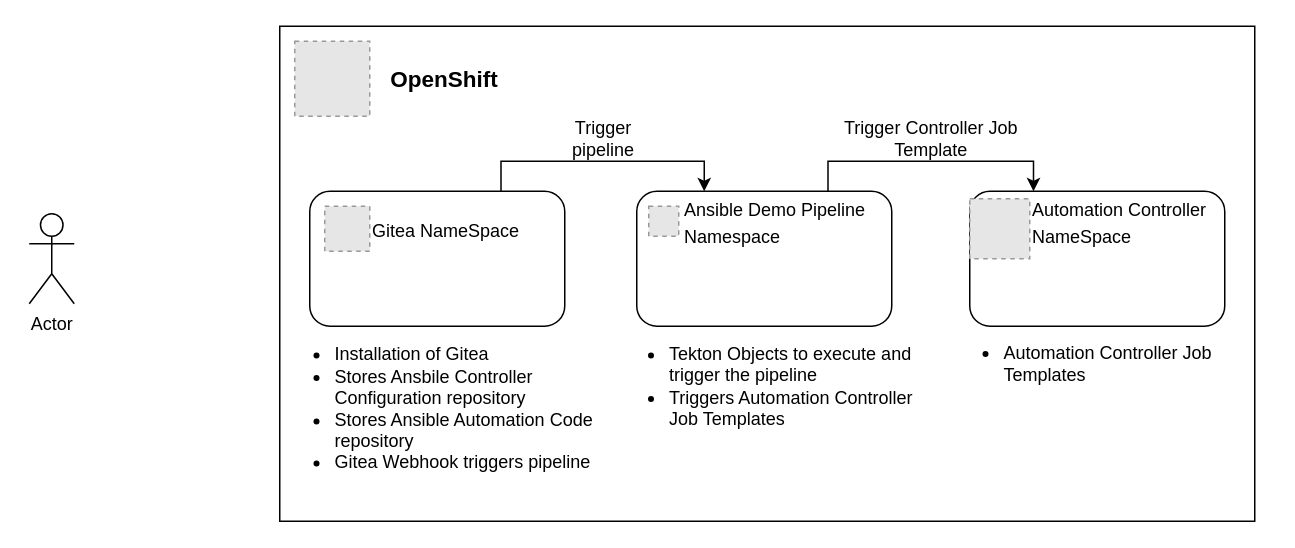
tosmi-ansible/ansible-pipeline-demo keeps this draw.io diagram as images/overview.drawio. Above is the earlier version. Source tidied: cells renumbered, new cells numbered last; positions are measured from the earlier drawing's top-left corner, leaving out a move shared by most shapes. Both pictures are drawn from the tidied source at 150%, with x=0, y=0 at pixel (28, 26). Pictures stored in the file or linked from it are replaced by grey dashed boxes.
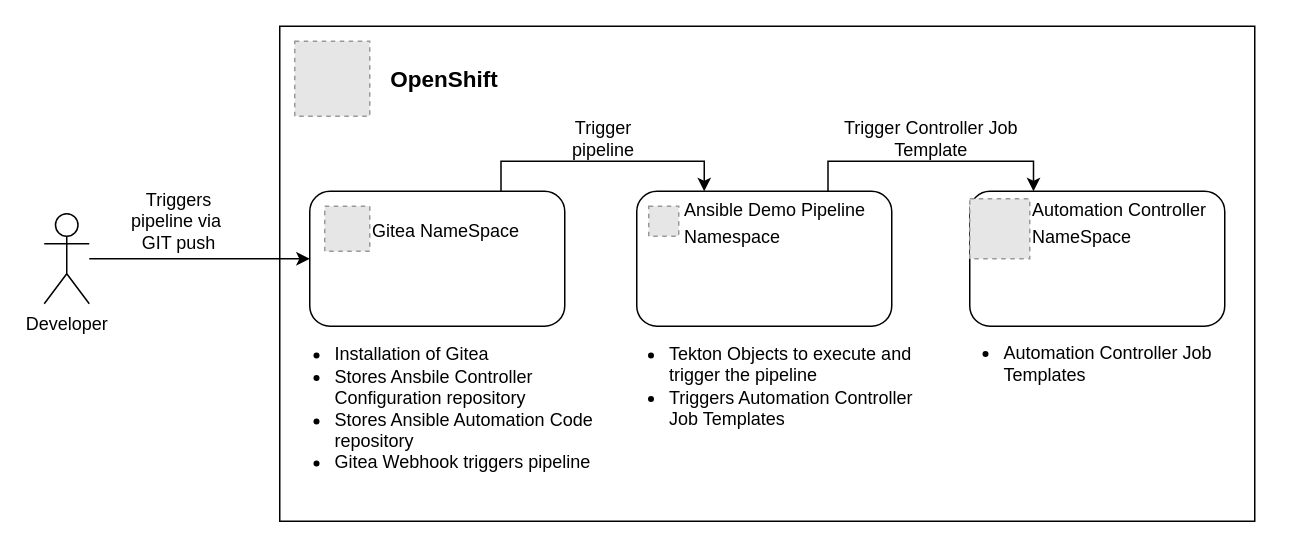
After the change.

The change refers to these unchanged cells:
```xml
<mxCell id="5" style="rounded=1;whiteSpace=wrap;html=1;fontSize=15;" parent="1" vertex="1">
  <mxGeometry x="187" y="110" width="170" height="90" as="geometry" />
</mxCell>
```

What changed in the source:
```diff
@@
+    <mxCell id="26" style="edgeStyle=orthogonalEdgeStyle;rounded=0;jettySize=auto;html=1;entryX=0;entryY=0.5;entryDx=0;entryDy=0;fontSize=12;" parent="1" edge="1" source="19" target="5">
+      <mxGeometry relative="1" as="geometry" />
+    </mxCell>
-    <mxCell id="19" value="Actor" style="shape=umlActor;verticalLabelPosition=bottom;verticalAlign=top;html=1;outlineConnect=0;fontSize=12;" parent="1" vertex="1">
-      <mxGeometry y="125" width="30" height="60" as="geometry" />
+    <mxCell id="19" value="Developer" style="shape=umlActor;verticalLabelPosition=bottom;verticalAlign=top;html=1;outlineConnect=0;fontSize=12;" parent="1" vertex="1">
+      <mxGeometry x="10" y="125" width="30" height="60" as="geometry" />
     </mxCell>
@@
+    <mxCell id="27" value="Triggers pipeline via&amp;nbsp; GIT push" style="text;html=1;strokeColor=none;fillColor=none;align=center;verticalAlign=middle;whiteSpace=wrap;rounded=0;fontSize=12;" parent="1" vertex="1">
+      <mxGeometry x="60" y="115" width="80" height="30" as="geometry" />
+    </mxCell>
```
